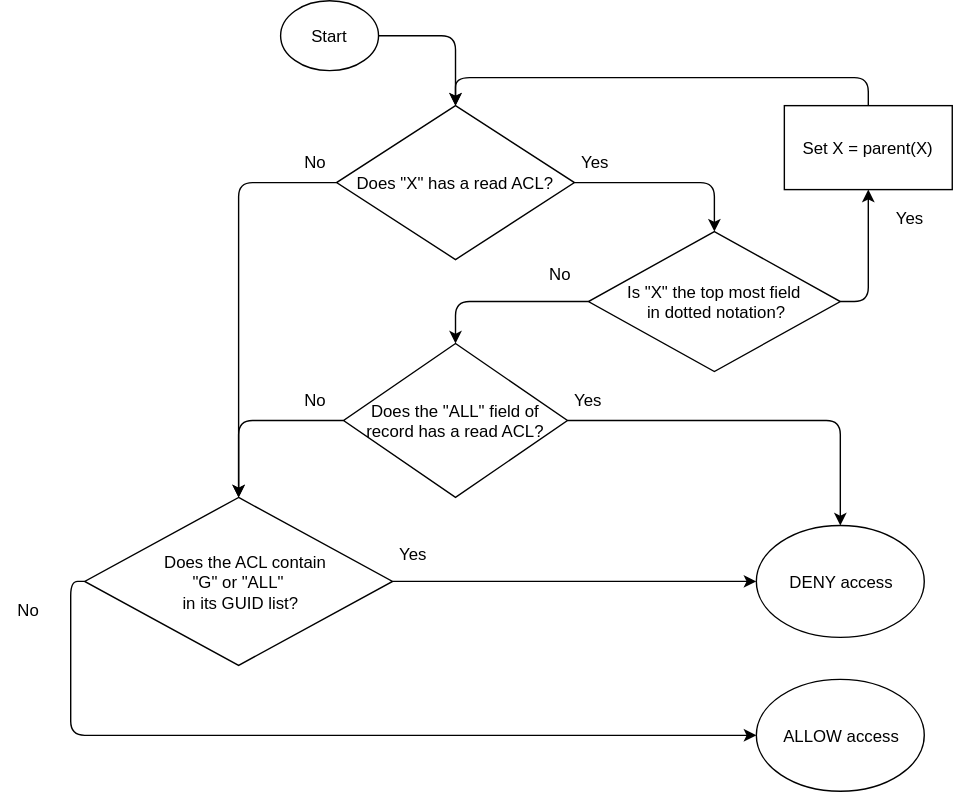
Above: documentation/website/assets/images/acl_algorithm.svg in MobilityFirst/GNS (draw.io), before the change. Source tidied: cells renumbered, new cells last; positions are measured from the earlier drawing's top-left corner, leaving out a move shared by most shapes.
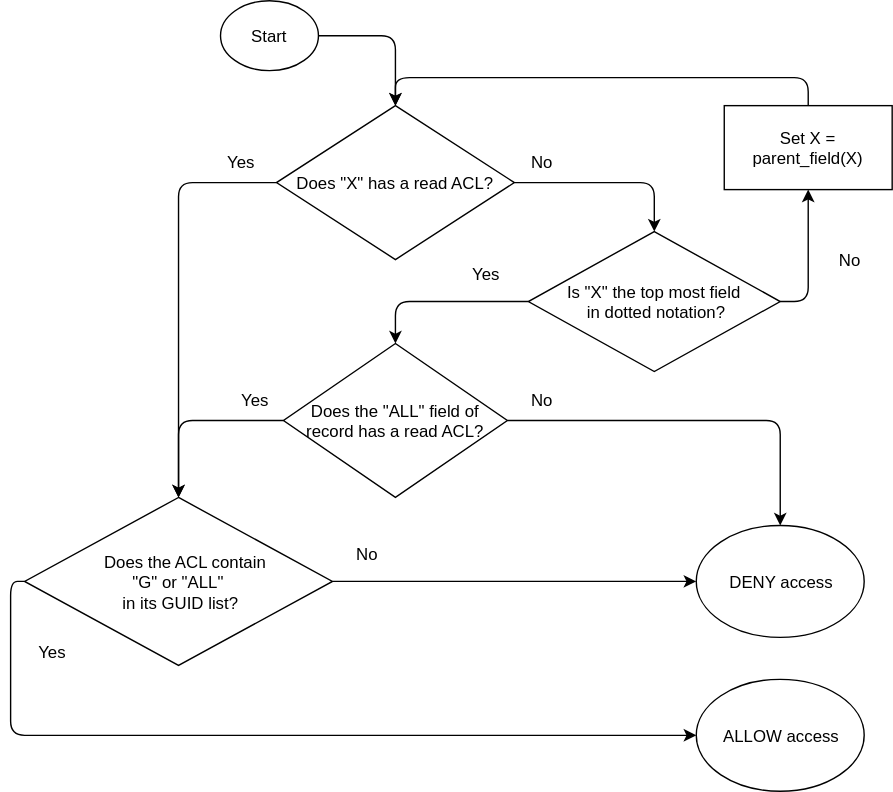
Above is the later version.

Diff of the diagram source:
```diff
@@ -50,7 +50,7 @@
         </Array>
       </mxGeometry>
     </mxCell>
-    <mxCell id="12" value="Set X = parent(X)" style="whiteSpace=wrap;html=1;align=center;" parent="1" vertex="1">
+    <mxCell id="12" value="Set X = parent_field(X)" style="whiteSpace=wrap;html=1;align=center;" parent="1" vertex="1">
       <mxGeometry x="560" y="75" width="120" height="60" as="geometry" />
     </mxCell>
     <mxCell id="13" style="endArrow=classic;html=1;exitX=1;exitY=0.5;entryX=0.5;entryY=1;" parent="1" edge="1" source="4" target="12">
@@ -92,28 +92,28 @@
       </mxGeometry>
     </mxCell>
     <mxCell id="18" value="Yes" style="text;html=1;strokeColor=none;fillColor=none;align=center;verticalAlign=middle;whiteSpace=wrap;" parent="1" vertex="1">
-      <mxGeometry x="275" y="385" width="40" height="20" as="geometry" />
+      <mxGeometry x="60" y="455" width="40" height="20" as="geometry" />
     </mxCell>
     <mxCell id="19" value="No" style="text;html=1;strokeColor=none;fillColor=none;align=center;verticalAlign=middle;whiteSpace=wrap;" parent="1" vertex="1">
-      <mxGeometry x="205" y="105" width="40" height="20" as="geometry" />
+      <mxGeometry x="410" y="105" width="40" height="20" as="geometry" />
     </mxCell>
     <mxCell id="20" value="No" style="text;html=1;strokeColor=none;fillColor=none;align=center;verticalAlign=middle;whiteSpace=wrap;" parent="1" vertex="1">
-      <mxGeometry x="380" y="185" width="40" height="20" as="geometry" />
+      <mxGeometry x="630" y="175" width="40" height="20" as="geometry" />
     </mxCell>
     <mxCell id="21" value="No" style="text;html=1;strokeColor=none;fillColor=none;align=center;verticalAlign=middle;whiteSpace=wrap;" parent="1" vertex="1">
-      <mxGeometry x="205" y="275" width="40" height="20" as="geometry" />
+      <mxGeometry x="410" y="275" width="40" height="20" as="geometry" />
     </mxCell>
     <mxCell id="22" value="No" style="text;html=1;strokeColor=none;fillColor=none;align=center;verticalAlign=middle;whiteSpace=wrap;" parent="1" vertex="1">
-      <mxGeometry y="425" width="40" height="20" as="geometry" />
+      <mxGeometry x="285" y="385" width="40" height="20" as="geometry" />
     </mxCell>
     <mxCell id="23" value="Yes" style="text;html=1;strokeColor=none;fillColor=none;align=center;verticalAlign=middle;whiteSpace=wrap;" parent="1" vertex="1">
-      <mxGeometry x="405" y="105" width="40" height="20" as="geometry" />
+      <mxGeometry x="195" y="105" width="40" height="20" as="geometry" />
     </mxCell>
     <mxCell id="24" value="Yes" style="text;html=1;strokeColor=none;fillColor=none;align=center;verticalAlign=middle;whiteSpace=wrap;" parent="1" vertex="1">
-      <mxGeometry x="630" y="145" width="40" height="20" as="geometry" />
+      <mxGeometry x="370" y="185" width="40" height="20" as="geometry" />
     </mxCell>
     <mxCell id="25" value="Yes" style="text;html=1;strokeColor=none;fillColor=none;align=center;verticalAlign=middle;whiteSpace=wrap;" parent="1" vertex="1">
-      <mxGeometry x="400" y="275" width="40" height="20" as="geometry" />
+      <mxGeometry x="205" y="275" width="40" height="20" as="geometry" />
     </mxCell>
     <mxCell id="26" value="Start" style="ellipse;whiteSpace=wrap;html=1;align=center;" parent="1" vertex="1">
       <mxGeometry x="200" width="70" height="50" as="geometry" />
```
